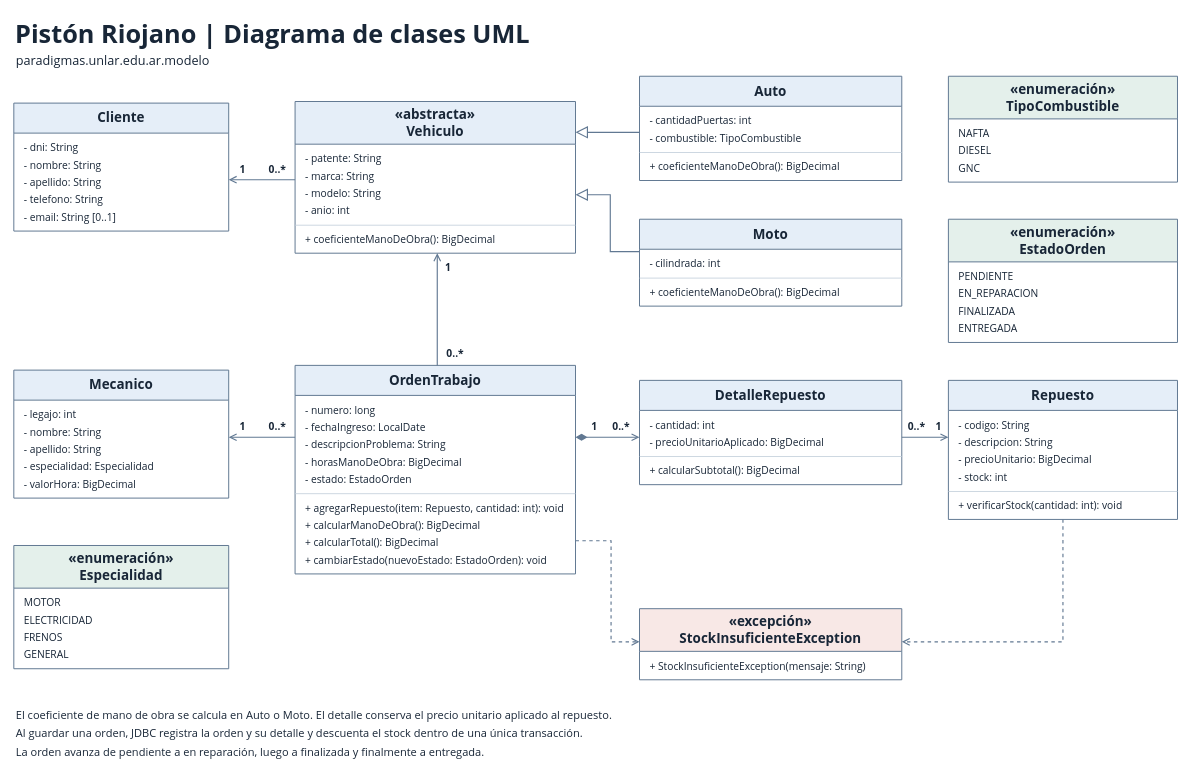
Amaya-Ivan/TP-FINAL-PistonRiojano keeps this draw.io diagram as diseño/diagrama_clases.drawio. Above is the earlier version. Source tidied: cells renumbered, new cells numbered last; positions are measured from the earlier drawing's top-left corner, leaving out a move shared by most shapes. Both pictures are drawn from the tidied source at 79%, with x=0, y=0 at pixel (13, 13).
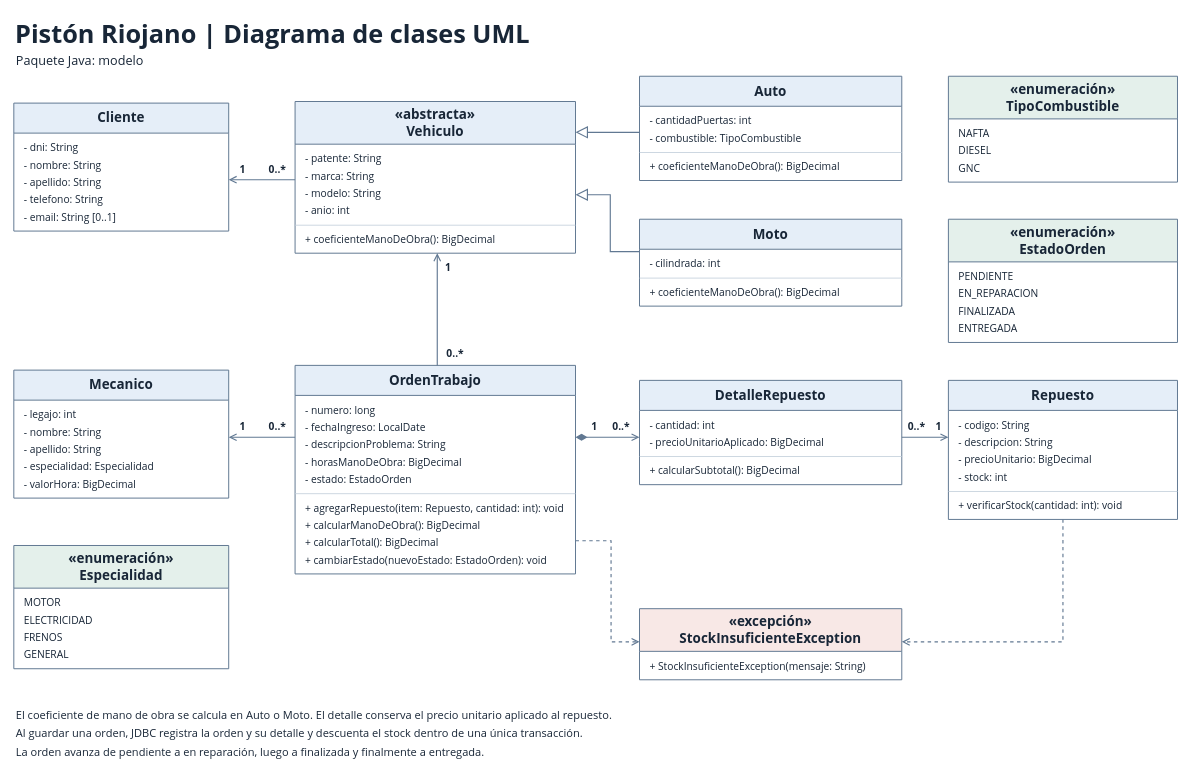
Above is the later version.

Commit message (it also covers changes not shown here):
Crear estructura Maven y actualizar el paquete en el UML

The edit, as a diff of the source:
```diff
@@
-    <mxCell id="3" value="paradigmas.unlar.edu.ar.modelo" style="text;strokeColor=none;fillColor=none;align=left;verticalAlign=middle;fontFamily=Segoe UI;fontColor=#182637;fontSize=16;" parent="1" vertex="1">
+    <mxCell id="3" value="Paquete Java: modelo" style="text;strokeColor=none;fillColor=none;align=left;verticalAlign=middle;fontFamily=Segoe UI;fontColor=#182637;fontSize=16;" parent="1" vertex="1">
       <mxGeometry x="1" y="47" width="650" height="23" as="geometry" />
     </mxCell>
```
